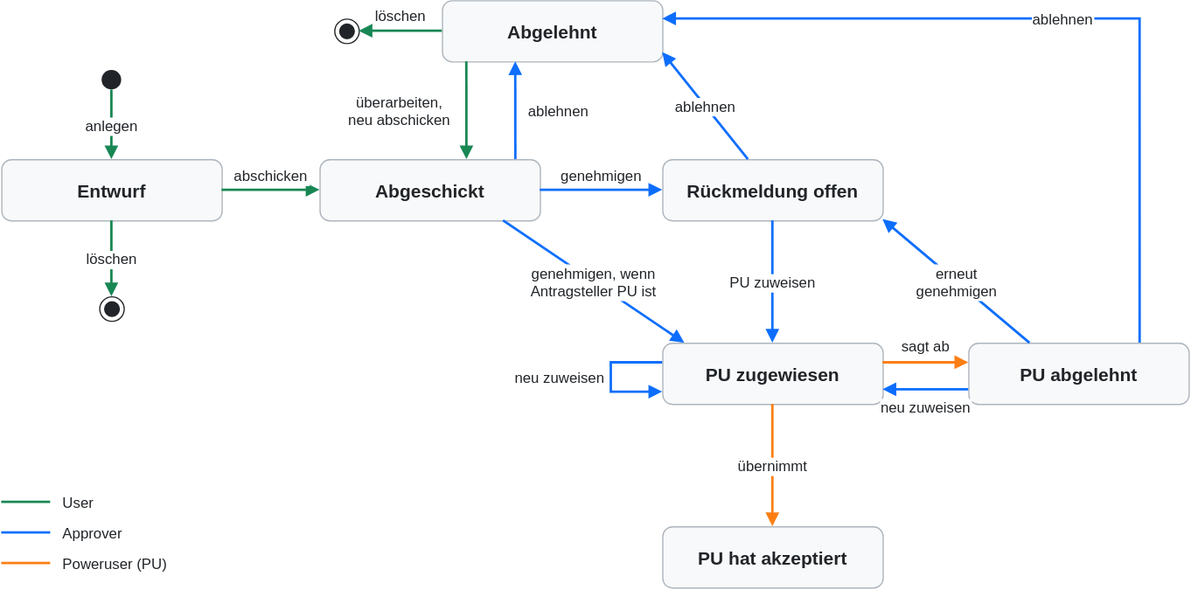
Above: webapp/static/status_flow.drawio.svg in peter-englmaier/vds-sternwarte (draw.io), before the change. Source tidied: cells renumbered, new cells last; positions are measured from the earlier drawing's top-left corner, leaving out a move shared by most shapes. Source of this version:
```xml
<mxGraphModel>
  <root>
    <mxCell id="0" />
    <mxCell id="1" parent="0" />
    <mxCell id="2" value="Abgelehnt" style="rounded=1;html=0;arcSize=16;fillColor=#f8f9fa;strokeColor=#adb5bd;fontStyle=1;fontSize=15;fontColor=#212529;" parent="1" vertex="1">
      <mxGeometry x="360" width="180" height="50" as="geometry" />
    </mxCell>
    <mxCell id="3" value="Entwurf" style="rounded=1;html=0;arcSize=16;fillColor=#f8f9fa;strokeColor=#adb5bd;fontStyle=1;fontSize=15;fontColor=#212529;" parent="1" vertex="1">
      <mxGeometry y="130" width="180" height="50" as="geometry" />
    </mxCell>
    <mxCell id="4" value="Abgeschickt" style="rounded=1;html=0;arcSize=16;fillColor=#f8f9fa;strokeColor=#adb5bd;fontStyle=1;fontSize=15;fontColor=#212529;" parent="1" vertex="1">
      <mxGeometry x="260" y="130" width="180" height="50" as="geometry" />
    </mxCell>
    <mxCell id="5" value="Rückmeldung offen" style="rounded=1;html=0;arcSize=16;fillColor=#f8f9fa;strokeColor=#adb5bd;fontStyle=1;fontSize=15;fontColor=#212529;" parent="1" vertex="1">
      <mxGeometry x="540" y="130" width="180" height="50" as="geometry" />
    </mxCell>
    <mxCell id="6" value="PU zugewiesen" style="rounded=1;html=0;arcSize=16;fillColor=#f8f9fa;strokeColor=#adb5bd;fontStyle=1;fontSize=15;fontColor=#212529;" parent="1" vertex="1">
      <mxGeometry x="540" y="280" width="180" height="50" as="geometry" />
    </mxCell>
    <mxCell id="7" value="PU abgelehnt" style="rounded=1;html=0;arcSize=16;fillColor=#f8f9fa;strokeColor=#adb5bd;fontStyle=1;fontSize=15;fontColor=#212529;" parent="1" vertex="1">
      <mxGeometry x="790" y="280" width="180" height="50" as="geometry" />
    </mxCell>
    <mxCell id="8" value="PU hat akzeptiert" style="rounded=1;html=0;arcSize=16;fillColor=#f8f9fa;strokeColor=#adb5bd;fontStyle=1;fontSize=15;fontColor=#212529;" parent="1" vertex="1">
      <mxGeometry x="540" y="430" width="180" height="50" as="geometry" />
    </mxCell>
    <mxCell id="9" style="ellipse;html=1;fillColor=#212529;strokeColor=none;" parent="1" vertex="1">
      <mxGeometry x="82" y="57" width="16" height="16" as="geometry" />
    </mxCell>
    <mxCell id="10" style="ellipse;html=1;shape=endState;fillColor=#212529;strokeColor=#212529;" parent="1" vertex="1">
      <mxGeometry x="80" y="242" width="20" height="20" as="geometry" />
    </mxCell>
    <mxCell id="11" style="ellipse;html=1;shape=endState;fillColor=#212529;strokeColor=#212529;" parent="1" vertex="1">
      <mxGeometry x="272" y="15" width="20" height="20" as="geometry" />
    </mxCell>
    <mxCell id="12" value="anlegen" style="html=0;rounded=0;endArrow=block;endFill=1;strokeWidth=2;fontSize=12;fontColor=#212529;labelBackgroundColor=light-dark(#ffffff,#212529);strokeColor=#198754;exitX=0.5;exitY=1;exitDx=0;exitDy=0;entryX=0.5;entryY=0;entryDx=0;entryDy=0;" parent="1" edge="1" source="9" target="3">
      <mxGeometry relative="1" as="geometry" />
    </mxCell>
    <mxCell id="13" value="abschicken" style="html=0;rounded=0;endArrow=block;endFill=1;strokeWidth=2;fontSize=12;fontColor=#212529;labelBackgroundColor=light-dark(#ffffff,#212529);strokeColor=#198754;exitX=1;exitY=0.5;exitDx=0;exitDy=0;entryX=0;entryY=0.5;entryDx=0;entryDy=0;" parent="1" edge="1" source="3" target="4">
      <mxGeometry relative="1" as="geometry">
        <mxPoint y="-12" as="offset" />
      </mxGeometry>
    </mxCell>
    <mxCell id="14" value="löschen" style="html=0;rounded=0;endArrow=block;endFill=1;strokeWidth=2;fontSize=12;fontColor=#212529;labelBackgroundColor=light-dark(#ffffff,#212529);strokeColor=#198754;exitX=0.5;exitY=1;exitDx=0;exitDy=0;entryX=0.5;entryY=0;entryDx=0;entryDy=0;" parent="1" edge="1" source="3" target="10">
      <mxGeometry relative="1" as="geometry" />
    </mxCell>
    <mxCell id="15" value="überarbeiten,&#10;neu abschicken" style="html=0;rounded=0;endArrow=block;endFill=1;strokeWidth=2;fontSize=12;fontColor=#212529;labelBackgroundColor=light-dark(#ffffff,#212529);strokeColor=#198754;exitX=0.111;exitY=1;exitDx=0;exitDy=0;entryX=0.667;entryY=0;entryDx=0;entryDy=0;" parent="1" edge="1" source="2" target="4">
      <mxGeometry relative="1" as="geometry">
        <mxPoint x="-55" as="offset" />
      </mxGeometry>
    </mxCell>
    <mxCell id="16" value="löschen" style="html=0;rounded=0;endArrow=block;endFill=1;strokeWidth=2;fontSize=12;fontColor=#212529;labelBackgroundColor=light-dark(#ffffff,#212529);strokeColor=#198754;exitX=0;exitY=0.5;exitDx=0;exitDy=0;entryX=1;entryY=0.5;entryDx=0;entryDy=0;" parent="1" edge="1" source="2" target="11">
      <mxGeometry relative="1" as="geometry">
        <mxPoint y="-13" as="offset" />
      </mxGeometry>
    </mxCell>
    <mxCell id="17" value="ablehnen" style="html=0;rounded=0;endArrow=block;endFill=1;strokeWidth=2;fontSize=12;fontColor=#212529;labelBackgroundColor=light-dark(#ffffff,#212529);strokeColor=#0d6efd;exitX=0.889;exitY=0;exitDx=0;exitDy=0;entryX=0.333;entryY=1;entryDx=0;entryDy=0;" parent="1" edge="1" source="4" target="2">
      <mxGeometry relative="1" as="geometry">
        <mxPoint x="35" as="offset" />
      </mxGeometry>
    </mxCell>
    <mxCell id="18" value="genehmigen" style="html=0;rounded=0;endArrow=block;endFill=1;strokeWidth=2;fontSize=12;fontColor=#212529;labelBackgroundColor=light-dark(#ffffff,#212529);strokeColor=#0d6efd;exitX=1;exitY=0.5;exitDx=0;exitDy=0;entryX=0;entryY=0.5;entryDx=0;entryDy=0;" parent="1" edge="1" source="4" target="5">
      <mxGeometry relative="1" as="geometry">
        <mxPoint y="-12" as="offset" />
      </mxGeometry>
    </mxCell>
    <mxCell id="19" value="ablehnen" style="html=0;rounded=0;endArrow=block;endFill=1;strokeWidth=2;fontSize=12;fontColor=#212529;labelBackgroundColor=light-dark(#ffffff,#212529);strokeColor=#0d6efd;exitX=0.389;exitY=0;exitDx=0;exitDy=0;entryX=1;entryY=0.85;entryDx=0;entryDy=0;" parent="1" edge="1" source="5" target="2">
      <mxGeometry relative="1" as="geometry" />
    </mxCell>
    <mxCell id="20" value="genehmigen, wenn&#10;Antragsteller PU ist" style="html=0;rounded=0;endArrow=block;endFill=1;strokeWidth=2;fontSize=12;fontColor=#212529;labelBackgroundColor=light-dark(#ffffff,#212529);strokeColor=#0d6efd;exitX=0.833;exitY=1;exitDx=0;exitDy=0;entryX=0.1;entryY=0;entryDx=0;entryDy=0;" parent="1" edge="1" source="4" target="6">
      <mxGeometry relative="1" as="geometry" />
    </mxCell>
    <mxCell id="21" value="PU zuweisen" style="html=0;rounded=0;endArrow=block;endFill=1;strokeWidth=2;fontSize=12;fontColor=#212529;labelBackgroundColor=light-dark(#ffffff,#212529);strokeColor=#0d6efd;exitX=0.5;exitY=1;exitDx=0;exitDy=0;entryX=0.5;entryY=0;entryDx=0;entryDy=0;" parent="1" edge="1" source="5" target="6">
      <mxGeometry relative="1" as="geometry" />
    </mxCell>
    <mxCell id="22" value="neu zuweisen" style="html=0;rounded=0;endArrow=block;endFill=1;strokeWidth=2;fontSize=12;fontColor=#212529;labelBackgroundColor=light-dark(#ffffff,#212529);strokeColor=#0d6efd;exitX=0;exitY=0.32;exitDx=0;exitDy=0;entryX=0;entryY=0.8;entryDx=0;entryDy=0;" parent="1" edge="1" source="6" target="6">
      <mxGeometry relative="1" as="geometry">
        <Array as="points">
          <mxPoint x="498" y="296" />
          <mxPoint x="498" y="320" />
        </Array>
        <mxPoint x="-42" as="offset" />
      </mxGeometry>
    </mxCell>
    <mxCell id="23" value="neu zuweisen" style="html=0;rounded=0;endArrow=block;endFill=1;strokeWidth=2;fontSize=12;fontColor=#212529;labelBackgroundColor=light-dark(#ffffff,#212529);strokeColor=#0d6efd;exitX=0;exitY=0.76;exitDx=0;exitDy=0;entryX=1;entryY=0.76;entryDx=0;entryDy=0;" parent="1" edge="1" source="7" target="6">
      <mxGeometry relative="1" as="geometry">
        <mxPoint y="14" as="offset" />
      </mxGeometry>
    </mxCell>
    <mxCell id="24" value="erneut&#10;genehmigen" style="html=0;rounded=0;endArrow=block;endFill=1;strokeWidth=2;fontSize=12;fontColor=#212529;labelBackgroundColor=light-dark(#ffffff,#212529);strokeColor=#0d6efd;exitX=0.278;exitY=0;exitDx=0;exitDy=0;entryX=1;entryY=0.98;entryDx=0;entryDy=0;" parent="1" edge="1" source="7" target="5">
      <mxGeometry relative="1" as="geometry" />
    </mxCell>
    <mxCell id="25" value="ablehnen" style="html=0;rounded=0;endArrow=block;endFill=1;strokeWidth=2;fontSize=12;fontColor=#212529;labelBackgroundColor=light-dark(#ffffff,#212529);strokeColor=#0d6efd;exitX=0.778;exitY=0;exitDx=0;exitDy=0;entryX=1;entryY=0.3;entryDx=0;entryDy=0;" parent="1" edge="1" source="7" target="2">
      <mxGeometry relative="1" as="geometry">
        <Array as="points">
          <mxPoint x="930" y="15" />
        </Array>
      </mxGeometry>
    </mxCell>
    <mxCell id="26" value="sagt ab" style="html=0;rounded=0;endArrow=block;endFill=1;strokeWidth=2;fontSize=12;fontColor=#212529;labelBackgroundColor=light-dark(#ffffff,#212529);strokeColor=#fd7e14;exitX=1;exitY=0.32;exitDx=0;exitDy=0;entryX=0;entryY=0.32;entryDx=0;entryDy=0;" parent="1" edge="1" source="6" target="7">
      <mxGeometry relative="1" as="geometry">
        <mxPoint y="-14" as="offset" />
      </mxGeometry>
    </mxCell>
    <mxCell id="27" value="übernimmt" style="html=0;rounded=0;endArrow=block;endFill=1;strokeWidth=2;fontSize=12;fontColor=#212529;labelBackgroundColor=light-dark(#ffffff,#212529);strokeColor=#fd7e14;exitX=0.5;exitY=1;exitDx=0;exitDy=0;entryX=0.5;entryY=0;entryDx=0;entryDy=0;" parent="1" edge="1" source="6" target="8">
      <mxGeometry relative="1" as="geometry" />
    </mxCell>
    <mxCell id="28" style="html=1;endArrow=none;strokeWidth=2;strokeColor=#198754;" parent="1" edge="1">
      <mxGeometry relative="1" as="geometry">
        <mxPoint y="410" as="sourcePoint" />
        <mxPoint x="40" y="410" as="targetPoint" />
      </mxGeometry>
    </mxCell>
    <mxCell id="29" value="User" style="text;html=0;align=left;verticalAlign=middle;fontSize=12;fontColor=#212529;" parent="1" vertex="1">
      <mxGeometry x="48" y="400" width="120" height="20" as="geometry" />
    </mxCell>
    <mxCell id="30" style="html=1;endArrow=none;strokeWidth=2;strokeColor=#0d6efd;" parent="1" edge="1">
      <mxGeometry relative="1" as="geometry">
        <mxPoint y="435" as="sourcePoint" />
        <mxPoint x="40" y="435" as="targetPoint" />
      </mxGeometry>
    </mxCell>
    <mxCell id="31" value="Approver" style="text;html=0;align=left;verticalAlign=middle;fontSize=12;fontColor=#212529;" parent="1" vertex="1">
      <mxGeometry x="48" y="425" width="120" height="20" as="geometry" />
    </mxCell>
    <mxCell id="32" style="html=1;endArrow=none;strokeWidth=2;strokeColor=#fd7e14;" parent="1" edge="1">
      <mxGeometry relative="1" as="geometry">
        <mxPoint y="460" as="sourcePoint" />
        <mxPoint x="40" y="460" as="targetPoint" />
      </mxGeometry>
    </mxCell>
    <mxCell id="33" value="Poweruser (PU)" style="text;html=0;align=left;verticalAlign=middle;fontSize=12;fontColor=#212529;" parent="1" vertex="1">
      <mxGeometry x="48" y="450" width="120" height="20" as="geometry" />
    </mxCell>
  </root>
</mxGraphModel>
```
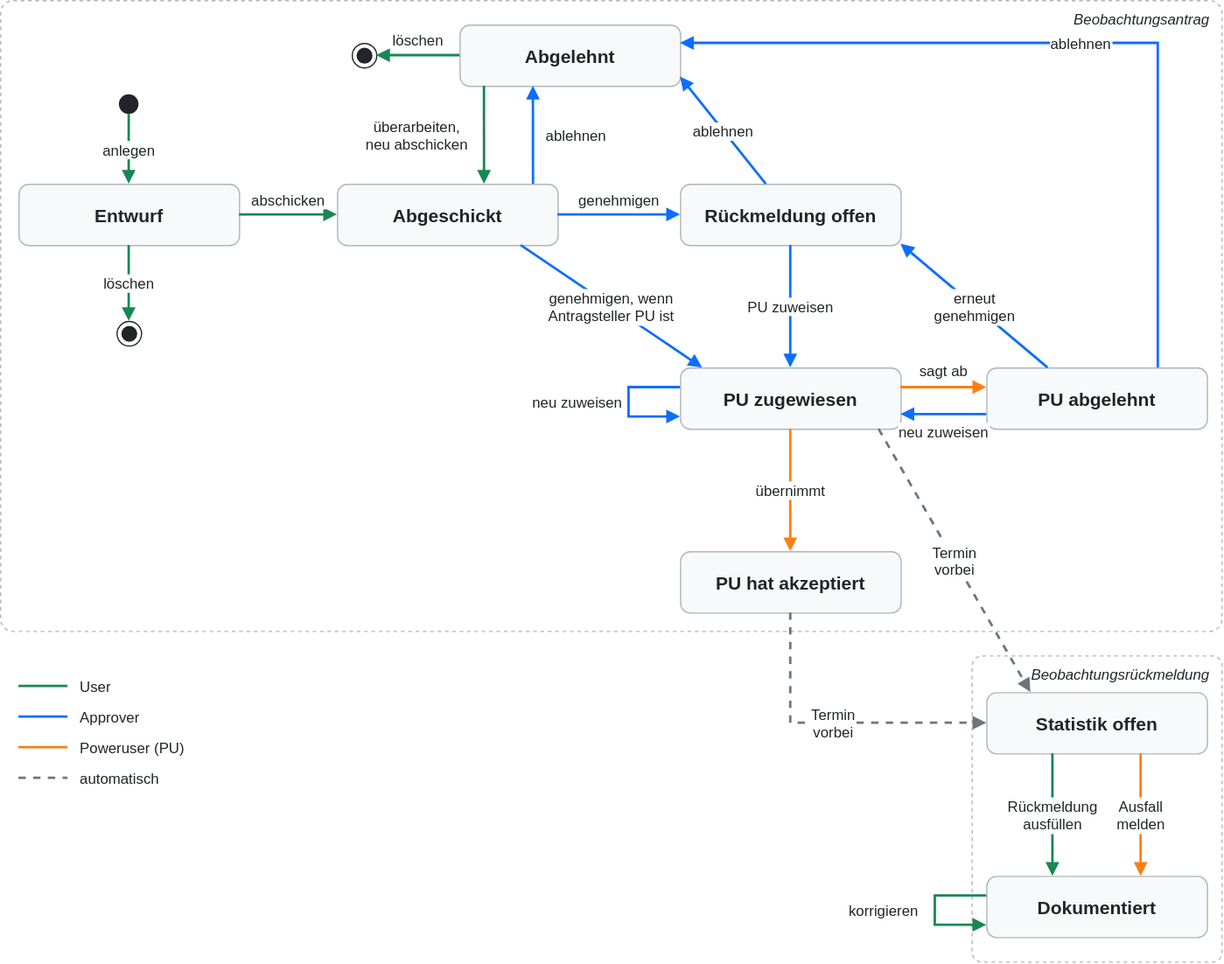
Above is the later version.

Commit message:
Statusdiagramm: Beobachtungsrückmeldung ergänzt

- Neue Stati "Statistik offen" und "Dokumentiert" mit Übergängen
  (Termin vorbei, Rückmeldung ausfüllen, Ausfall melden, korrigieren)
- Antrags- und Rückmeldungsstati jeweils gestrichelt umrahmt
- Legende um "automatisch" erweitert
- Statusseite: Tabelle und Einleitung um die neuen Stati ergänzt

 Zum Commit vorgemerkte Änderungen:
	geändert:       webapp/orders/templates/status_flow.html
	geändert:       webapp/static/status_flow.drawio.svg

Diff of the diagram source:
```diff
@@ -106,30 +106,76 @@
     </mxCell>
     <mxCell id="28" style="html=1;endArrow=none;strokeWidth=2;strokeColor=#198754;" parent="1" edge="1">
       <mxGeometry relative="1" as="geometry">
-        <mxPoint y="410" as="sourcePoint" />
-        <mxPoint x="40" y="410" as="targetPoint" />
+        <mxPoint y="540" as="sourcePoint" />
+        <mxPoint x="40" y="540" as="targetPoint" />
       </mxGeometry>
     </mxCell>
     <mxCell id="29" value="User" style="text;html=0;align=left;verticalAlign=middle;fontSize=12;fontColor=#212529;" parent="1" vertex="1">
-      <mxGeometry x="48" y="400" width="120" height="20" as="geometry" />
+      <mxGeometry x="48" y="530" width="120" height="20" as="geometry" />
     </mxCell>
     <mxCell id="30" style="html=1;endArrow=none;strokeWidth=2;strokeColor=#0d6efd;" parent="1" edge="1">
       <mxGeometry relative="1" as="geometry">
-        <mxPoint y="435" as="sourcePoint" />
-        <mxPoint x="40" y="435" as="targetPoint" />
+        <mxPoint y="565" as="sourcePoint" />
+        <mxPoint x="40" y="565" as="targetPoint" />
       </mxGeometry>
     </mxCell>
     <mxCell id="31" value="Approver" style="text;html=0;align=left;verticalAlign=middle;fontSize=12;fontColor=#212529;" parent="1" vertex="1">
-      <mxGeometry x="48" y="425" width="120" height="20" as="geometry" />
+      <mxGeometry x="48" y="555" width="120" height="20" as="geometry" />
     </mxCell>
     <mxCell id="32" style="html=1;endArrow=none;strokeWidth=2;strokeColor=#fd7e14;" parent="1" edge="1">
       <mxGeometry relative="1" as="geometry">
-        <mxPoint y="460" as="sourcePoint" />
-        <mxPoint x="40" y="460" as="targetPoint" />
+        <mxPoint y="590" as="sourcePoint" />
+        <mxPoint x="40" y="590" as="targetPoint" />
       </mxGeometry>
     </mxCell>
     <mxCell id="33" value="Poweruser (PU)" style="text;html=0;align=left;verticalAlign=middle;fontSize=12;fontColor=#212529;" parent="1" vertex="1">
-      <mxGeometry x="48" y="450" width="120" height="20" as="geometry" />
+      <mxGeometry x="48" y="580" width="120" height="20" as="geometry" />
     </mxCell>
+    <mxCell id="34" value="Beobachtungsantrag" style="rounded=1;html=0;arcSize=2;dashed=1;fillColor=none;strokeColor=#adb5bd;verticalAlign=top;align=right;spacingRight=8;spacingTop=2;fontSize=12;fontStyle=2;fontColor=#212529;" parent="1" vertex="1">
+      <mxGeometry x="-15" y="-20" width="997" height="515" as="geometry" />
+    </mxCell>
+    <mxCell id="35" value="Beobachtungsrückmeldung" style="rounded=1;html=0;arcSize=4;dashed=1;fillColor=none;strokeColor=#adb5bd;verticalAlign=top;align=right;spacingRight=8;spacingTop=2;fontSize=12;fontStyle=2;fontColor=#212529;" parent="1" vertex="1">
+      <mxGeometry x="778" y="515" width="204" height="250" as="geometry" />
+    </mxCell>
+    <mxCell id="36" value="Statistik offen" style="rounded=1;html=0;arcSize=16;fillColor=#f8f9fa;strokeColor=#adb5bd;fontStyle=1;fontSize=15;fontColor=#212529;" parent="1" vertex="1">
+      <mxGeometry x="790" y="545" width="180" height="50" as="geometry" />
+    </mxCell>
+    <mxCell id="37" value="Dokumentiert" style="rounded=1;html=0;arcSize=16;fillColor=#f8f9fa;strokeColor=#adb5bd;fontStyle=1;fontSize=15;fontColor=#212529;" parent="1" vertex="1">
+      <mxGeometry x="790" y="695" width="180" height="50" as="geometry" />
+    </mxCell>
+    <mxCell id="38" value="Termin&#10;vorbei" style="html=0;rounded=0;endArrow=block;endFill=1;strokeWidth=2;fontSize=12;fontColor=#212529;labelBackgroundColor=light-dark(#ffffff,#212529);dashed=1;strokeColor=#6c757d;exitX=0.5;exitY=1;exitDx=0;exitDy=0;entryX=0;entryY=0.5;entryDx=0;entryDy=0;" parent="1" edge="1" source="8" target="36">
+      <mxGeometry relative="1" as="geometry">
+        <Array as="points">
+          <mxPoint x="630" y="570" />
+        </Array>
+      </mxGeometry>
+    </mxCell>
+    <mxCell id="39" value="Termin&#10;vorbei" style="html=0;rounded=0;endArrow=block;endFill=1;strokeWidth=2;fontSize=12;fontColor=#212529;labelBackgroundColor=light-dark(#ffffff,#212529);dashed=1;strokeColor=#6c757d;exitX=0.9;exitY=1;exitDx=0;exitDy=0;entryX=0.2;entryY=0;entryDx=0;entryDy=0;" parent="1" edge="1" source="6" target="36">
+      <mxGeometry relative="1" as="geometry" />
+    </mxCell>
+    <mxCell id="40" value="Rückmeldung&#10;ausfüllen" style="html=0;rounded=0;endArrow=block;endFill=1;strokeWidth=2;fontSize=12;fontColor=#212529;labelBackgroundColor=light-dark(#ffffff,#212529);strokeColor=#198754;exitX=0.3;exitY=1;exitDx=0;exitDy=0;entryX=0.3;entryY=0;entryDx=0;entryDy=0;" parent="1" edge="1" source="36" target="37">
+      <mxGeometry relative="1" as="geometry" />
+    </mxCell>
+    <mxCell id="41" value="Ausfall&#10;melden" style="html=0;rounded=0;endArrow=block;endFill=1;strokeWidth=2;fontSize=12;fontColor=#212529;labelBackgroundColor=light-dark(#ffffff,#212529);strokeColor=#fd7e14;exitX=0.7;exitY=1;exitDx=0;exitDy=0;entryX=0.7;entryY=0;entryDx=0;entryDy=0;" parent="1" edge="1" source="36" target="37">
+      <mxGeometry relative="1" as="geometry" />
+    </mxCell>
+    <mxCell id="42" value="korrigieren" style="html=0;rounded=0;endArrow=block;endFill=1;strokeWidth=2;fontSize=12;fontColor=#212529;labelBackgroundColor=light-dark(#ffffff,#212529);strokeColor=#198754;exitX=0;exitY=0.32;exitDx=0;exitDy=0;entryX=0;entryY=0.8;entryDx=0;entryDy=0;" parent="1" edge="1" source="37" target="37">
+      <mxGeometry relative="1" as="geometry">
+        <Array as="points">
+          <mxPoint x="748" y="711" />
+          <mxPoint x="748" y="735" />
+        </Array>
+        <mxPoint x="-42" as="offset" />
+      </mxGeometry>
+    </mxCell>
+    <mxCell id="43" style="html=1;endArrow=none;strokeWidth=2;dashed=1;strokeColor=#6c757d;" parent="1" edge="1">
+      <mxGeometry relative="1" as="geometry">
+        <mxPoint y="615" as="sourcePoint" />
+        <mxPoint x="40" y="615" as="targetPoint" />
+      </mxGeometry>
+    </mxCell>
+    <mxCell id="44" value="automatisch" style="text;html=0;align=left;verticalAlign=middle;fontSize=12;fontColor=#212529;" parent="1" vertex="1">
+      <mxGeometry x="48" y="605" width="120" height="20" as="geometry" />
+    </mxCell>
   </root>
 </mxGraphModel>
```
